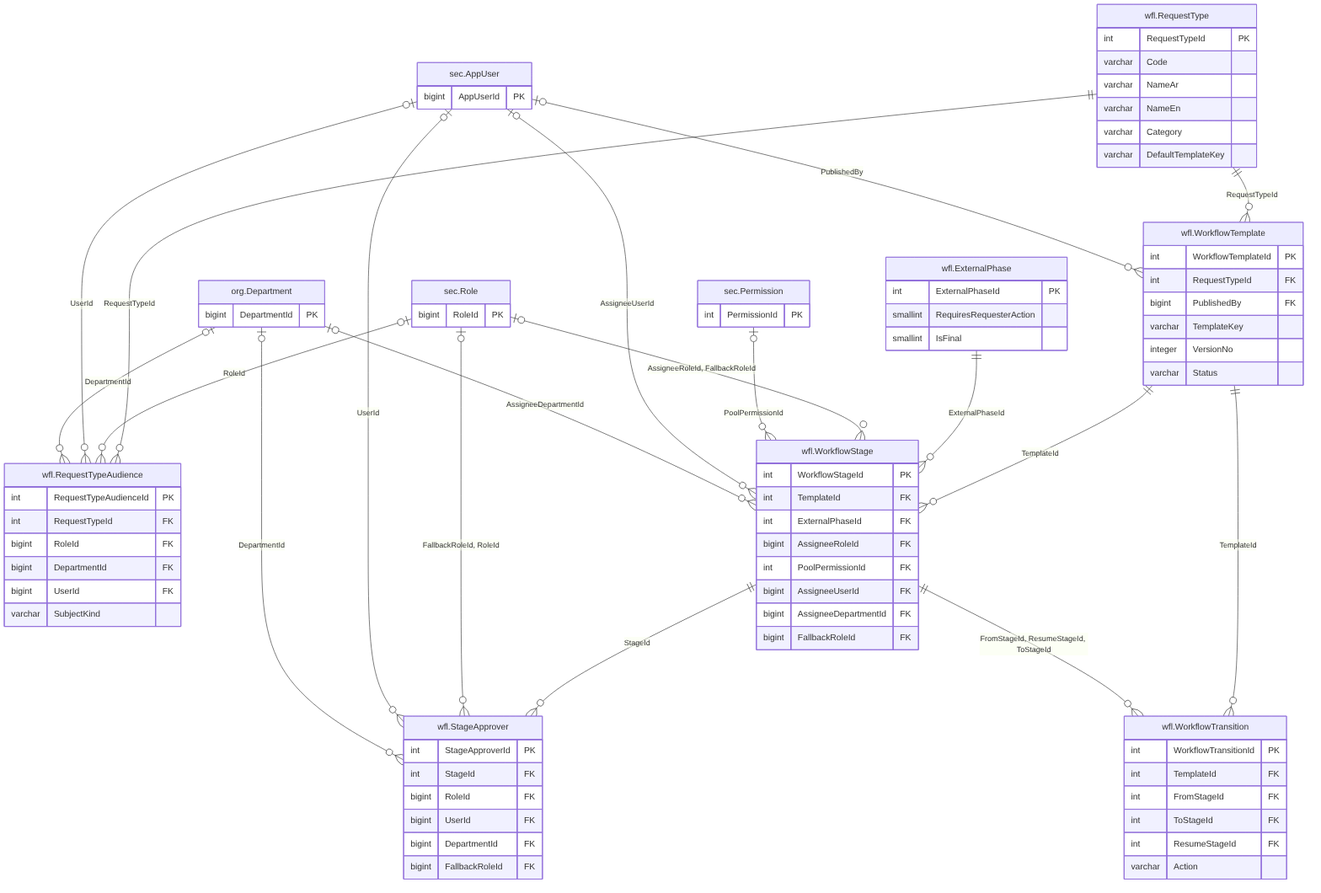
Earlier version of the Mermaid export treasury-platform/docs/diagrams/erd/m6_wf_templates_1.png (thawrasy/smartlines). Its source is kept beside it as treasury-platform/docs/diagrams/erd/m6_wf_templates_1.mmd.
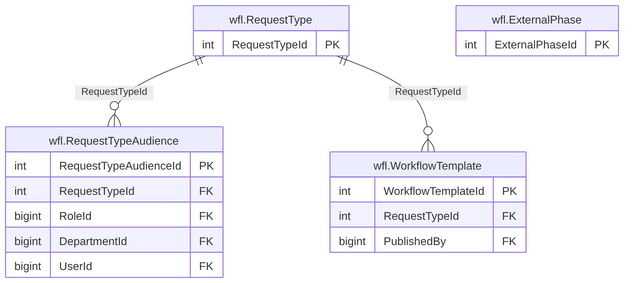
Above is the later version.

Change to the diagram source:
```diff
@@ -1,11 +1,6 @@
 erDiagram
   wfl_RequestType["wfl.RequestType"] {
     int RequestTypeId PK
-    varchar Code
-    varchar NameAr
-    varchar NameEn
-    varchar Category
-    varchar DefaultTemplateKey
   }
   wfl_RequestTypeAudience["wfl.RequestTypeAudience"] {
     int RequestTypeAudienceId PK
@@ -13,74 +8,14 @@
     bigint RoleId FK
     bigint DepartmentId FK
     bigint UserId FK
-    varchar SubjectKind
   }
   wfl_ExternalPhase["wfl.ExternalPhase"] {
     int ExternalPhaseId PK
-    smallint RequiresRequesterAction
-    smallint IsFinal
   }
   wfl_WorkflowTemplate["wfl.WorkflowTemplate"] {
     int WorkflowTemplateId PK
     int RequestTypeId FK
     bigint PublishedBy FK
-    varchar TemplateKey
-    integer VersionNo
-    varchar Status
   }
-  wfl_WorkflowStage["wfl.WorkflowStage"] {
-    int WorkflowStageId PK
-    int TemplateId FK
-    int ExternalPhaseId FK
-    bigint AssigneeRoleId FK
-    int PoolPermissionId FK
-    bigint AssigneeUserId FK
-    bigint AssigneeDepartmentId FK
-    bigint FallbackRoleId FK
-  }
-  wfl_StageApprover["wfl.StageApprover"] {
-    int StageApproverId PK
-    int StageId FK
-    bigint RoleId FK
-    bigint UserId FK
-    bigint DepartmentId FK
-    bigint FallbackRoleId FK
-  }
-  wfl_WorkflowTransition["wfl.WorkflowTransition"] {
-    int WorkflowTransitionId PK
-    int TemplateId FK
-    int FromStageId FK
-    int ToStageId FK
-    int ResumeStageId FK
-    varchar Action
-  }
-  org_Department["org.Department"] {
-    bigint DepartmentId PK
-  }
-  sec_AppUser["sec.AppUser"] {
-    bigint AppUserId PK
-  }
-  sec_Permission["sec.Permission"] {
-    int PermissionId PK
-  }
-  sec_Role["sec.Role"] {
-    bigint RoleId PK
-  }
-  org_Department |o--o{ wfl_RequestTypeAudience : "DepartmentId"
-  org_Department |o--o{ wfl_StageApprover : "DepartmentId"
-  org_Department |o--o{ wfl_WorkflowStage : "AssigneeDepartmentId"
-  sec_AppUser |o--o{ wfl_RequestTypeAudience : "UserId"
-  sec_AppUser |o--o{ wfl_StageApprover : "UserId"
-  sec_AppUser |o--o{ wfl_WorkflowStage : "AssigneeUserId"
-  sec_AppUser |o--o{ wfl_WorkflowTemplate : "PublishedBy"
-  sec_Permission |o--o{ wfl_WorkflowStage : "PoolPermissionId"
-  sec_Role |o--o{ wfl_RequestTypeAudience : "RoleId"
-  sec_Role |o--o{ wfl_StageApprover : "FallbackRoleId, RoleId"
-  sec_Role |o--o{ wfl_WorkflowStage : "AssigneeRoleId, FallbackRoleId"
-  wfl_ExternalPhase ||--o{ wfl_WorkflowStage : "ExternalPhaseId"
   wfl_RequestType ||--o{ wfl_RequestTypeAudience : "RequestTypeId"
   wfl_RequestType ||--o{ wfl_WorkflowTemplate : "RequestTypeId"
-  wfl_WorkflowStage ||--o{ wfl_StageApprover : "StageId"
-  wfl_WorkflowStage ||--o{ wfl_WorkflowTransition : "FromStageId, ResumeStageId, ToStageId"
-  wfl_WorkflowTemplate ||--o{ wfl_WorkflowStage : "TemplateId"
-  wfl_WorkflowTemplate ||--o{ wfl_WorkflowTransition : "TemplateId"
```
